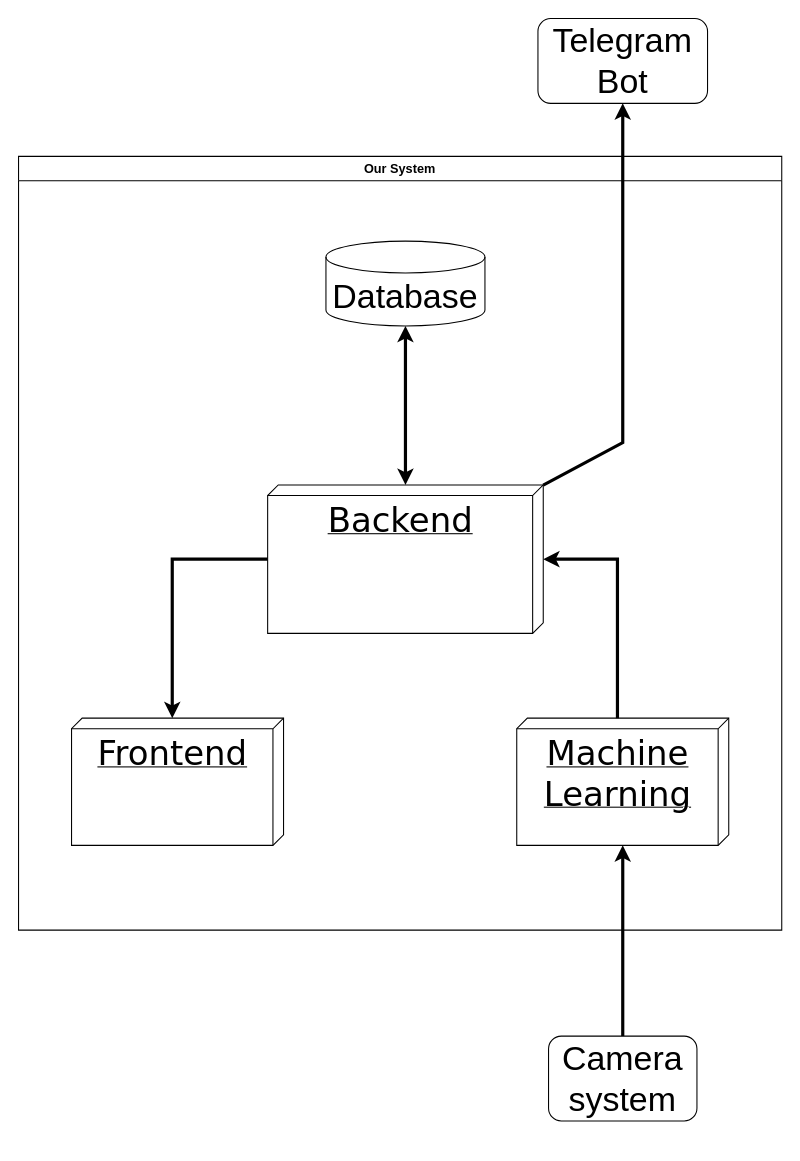
Above: system-design/Software Architecture Diagram.drawio in unicam-complex-system/camera-security-system-monorepo (draw.io), before the change. Source tidied: cells renumbered, new cells numbered last; positions are measured from the earlier drawing's top-left corner, leaving out a move shared by most shapes. Both pictures are drawn from the tidied source at 106%, with x=0, y=0 at pixel (18, 18).
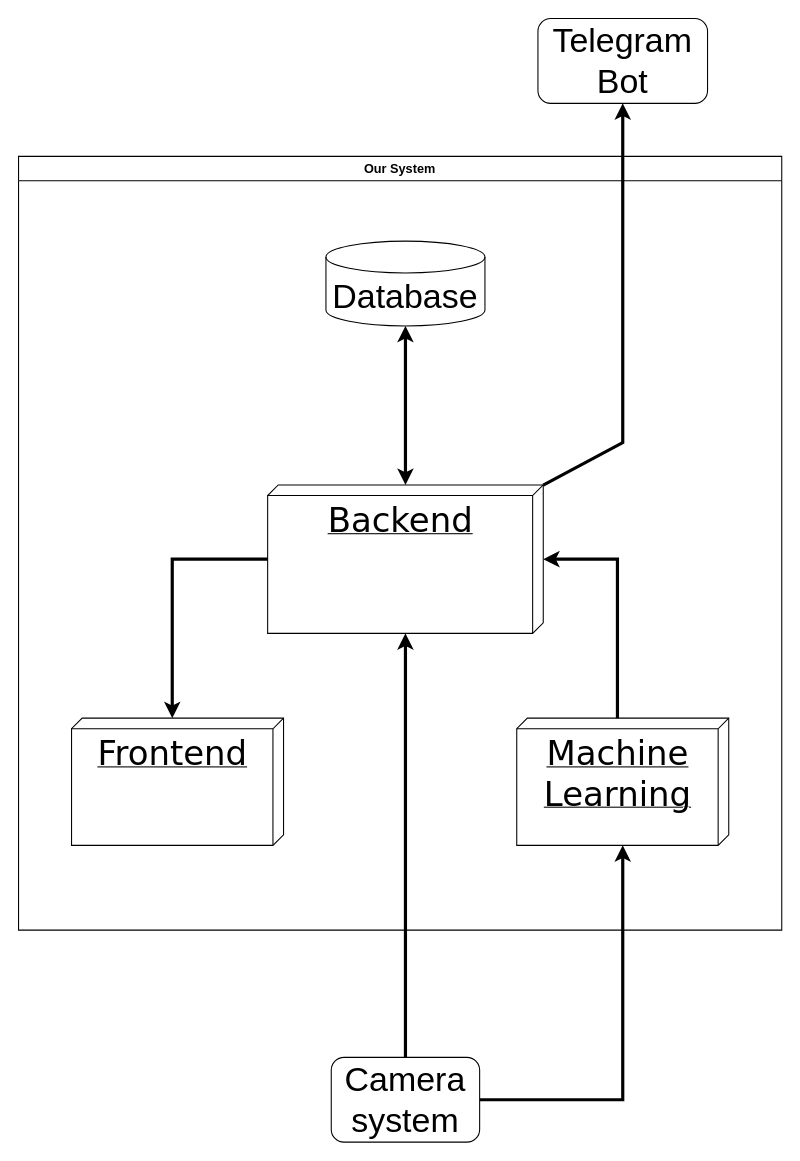
After the change.

Unchanged cells that the change refers to:
```xml
<mxCell id="5" value="&lt;font style=&quot;font-size: 32px;&quot;&gt;Machine &lt;br&gt;Learning&lt;/font&gt;" style="verticalAlign=top;align=center;spacingTop=8;spacingLeft=2;spacingRight=12;shape=cube;size=10;direction=south;fontStyle=4;html=1;rounded=0;shadow=0;comic=0;labelBackgroundColor=none;strokeWidth=1;fontFamily=Verdana;fontSize=12;" parent="2" vertex="1">
  <mxGeometry x="470" y="530" width="200" height="120" as="geometry" />
</mxCell>
<mxCell id="6" value="&lt;font style=&quot;font-size: 32px;&quot;&gt;Backend&lt;/font&gt;" style="verticalAlign=top;align=center;spacingTop=8;spacingLeft=2;spacingRight=12;shape=cube;size=10;direction=south;fontStyle=4;html=1;rounded=0;shadow=0;comic=0;labelBackgroundColor=none;strokeWidth=1;fontFamily=Verdana;fontSize=12;" parent="2" vertex="1">
  <mxGeometry x="235" y="310" width="260" height="140" as="geometry" />
</mxCell>
```

The edit, as a diff of the source:
```diff
@@
     <mxCell id="13" style="endArrow=classic;html=1;rounded=0;strokeWidth=3;" parent="1" edge="1" source="14" target="5">
-      <mxGeometry relative="1" as="geometry" />
+      <mxGeometry relative="1" as="geometry">
+        <Array as="points">
+          <mxPoint x="570" y="1020" />
+        </Array>
+      </mxGeometry>
     </mxCell>
     <mxCell id="14" value="&lt;font style=&quot;font-size: 32px;&quot;&gt;Camera system&lt;/font&gt;" style="rounded=1;whiteSpace=wrap;html=1;" parent="1" vertex="1">
-      <mxGeometry x="500" y="960" width="140" height="80" as="geometry" />
+      <mxGeometry x="295" y="980" width="140" height="80" as="geometry" />
     </mxCell>
@@
+    <mxCell id="17" style="endArrow=classic;html=1;rounded=0;strokeWidth=3;" parent="1" edge="1" source="14" target="6">
+      <mxGeometry relative="1" as="geometry" />
+    </mxCell>
```
